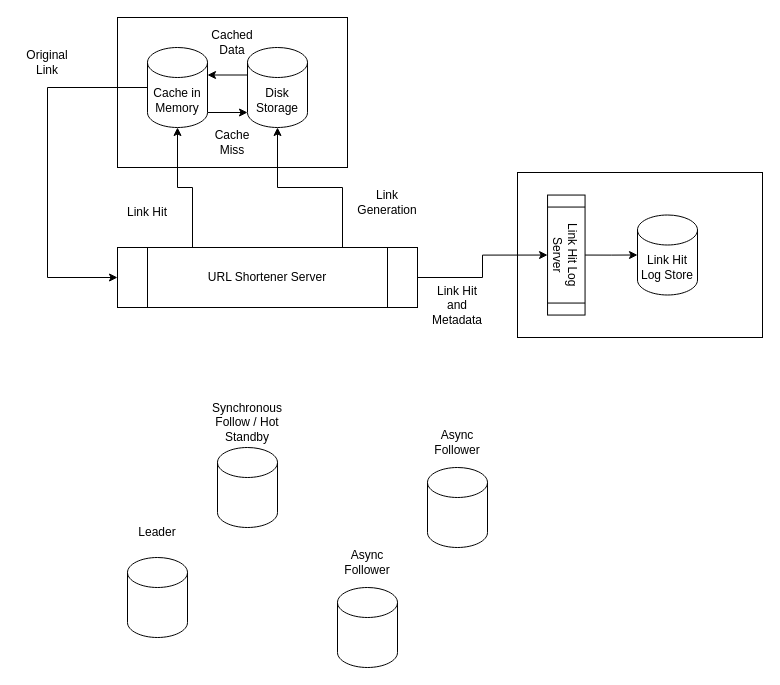
This is system-design/url-shortener/Untitled Diagram.drawio from bradfield-csi-2/andrewz-csi, a draw.io file, before an edit. Source tidied: cells renumbered, new cells numbered last; positions are measured from the earlier drawing's top-left corner, leaving out a move shared by most shapes. Both pictures are drawn from the tidied source at 100%, with x=0, y=0 at pixel (17, 17).
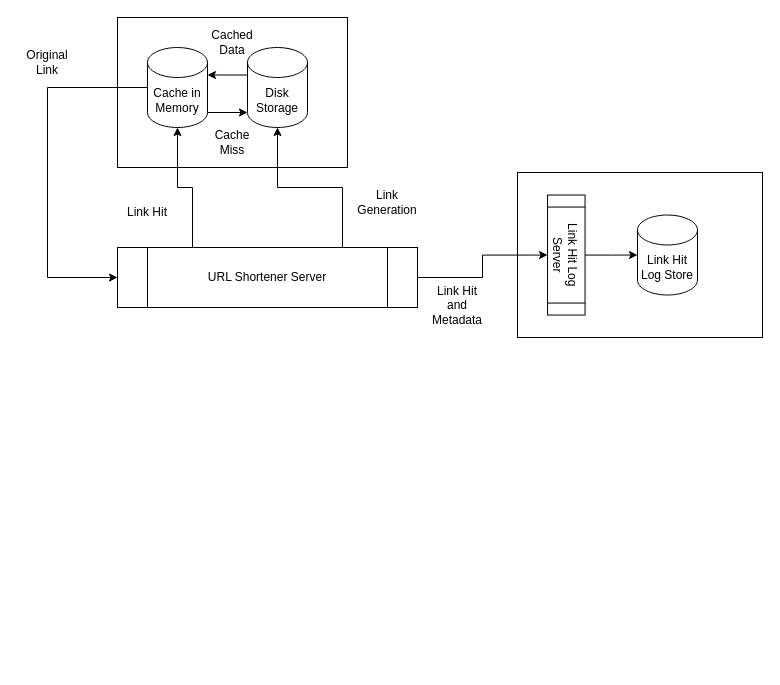
The same diagram, later.

Diff of the diagram source:
```diff
@@
-    <mxCell id="20" style="shape=cylinder3;whiteSpace=wrap;html=1;boundedLbl=1;backgroundOutline=1;size=15;" parent="1" vertex="1">
-      <mxGeometry x="110" y="540" width="60" height="80" as="geometry" />
-    </mxCell>
-    <mxCell id="21" style="shape=cylinder3;whiteSpace=wrap;html=1;boundedLbl=1;backgroundOutline=1;size=15;" parent="1" vertex="1">
-      <mxGeometry x="200" y="430" width="60" height="80" as="geometry" />
-    </mxCell>
-    <mxCell id="22" style="shape=cylinder3;whiteSpace=wrap;html=1;boundedLbl=1;backgroundOutline=1;size=15;" parent="1" vertex="1">
-      <mxGeometry x="410" y="450" width="60" height="80" as="geometry" />
-    </mxCell>
-    <mxCell id="23" style="shape=cylinder3;whiteSpace=wrap;html=1;boundedLbl=1;backgroundOutline=1;size=15;" parent="1" vertex="1">
-      <mxGeometry x="320" y="570" width="60" height="80" as="geometry" />
-    </mxCell>
-    <mxCell id="24" value="Leader" style="text;html=1;strokeColor=none;fillColor=none;align=center;verticalAlign=middle;whiteSpace=wrap;rounded=0;" parent="1" vertex="1">
-      <mxGeometry x="110" y="500" width="60" height="30" as="geometry" />
-    </mxCell>
-    <mxCell id="25" value="Synchronous Follow / Hot Standby" style="text;html=1;strokeColor=none;fillColor=none;align=center;verticalAlign=middle;whiteSpace=wrap;rounded=0;" parent="1" vertex="1">
-      <mxGeometry x="200" y="390" width="60" height="30" as="geometry" />
-    </mxCell>
-    <mxCell id="26" value="Async Follower" style="text;html=1;strokeColor=none;fillColor=none;align=center;verticalAlign=middle;whiteSpace=wrap;rounded=0;" parent="1" vertex="1">
-      <mxGeometry x="410" y="410" width="60" height="30" as="geometry" />
-    </mxCell>
-    <mxCell id="27" value="Async Follower" style="text;html=1;strokeColor=none;fillColor=none;align=center;verticalAlign=middle;whiteSpace=wrap;rounded=0;" parent="1" vertex="1">
-      <mxGeometry x="320" y="530" width="60" height="30" as="geometry" />
-    </mxCell>
```
